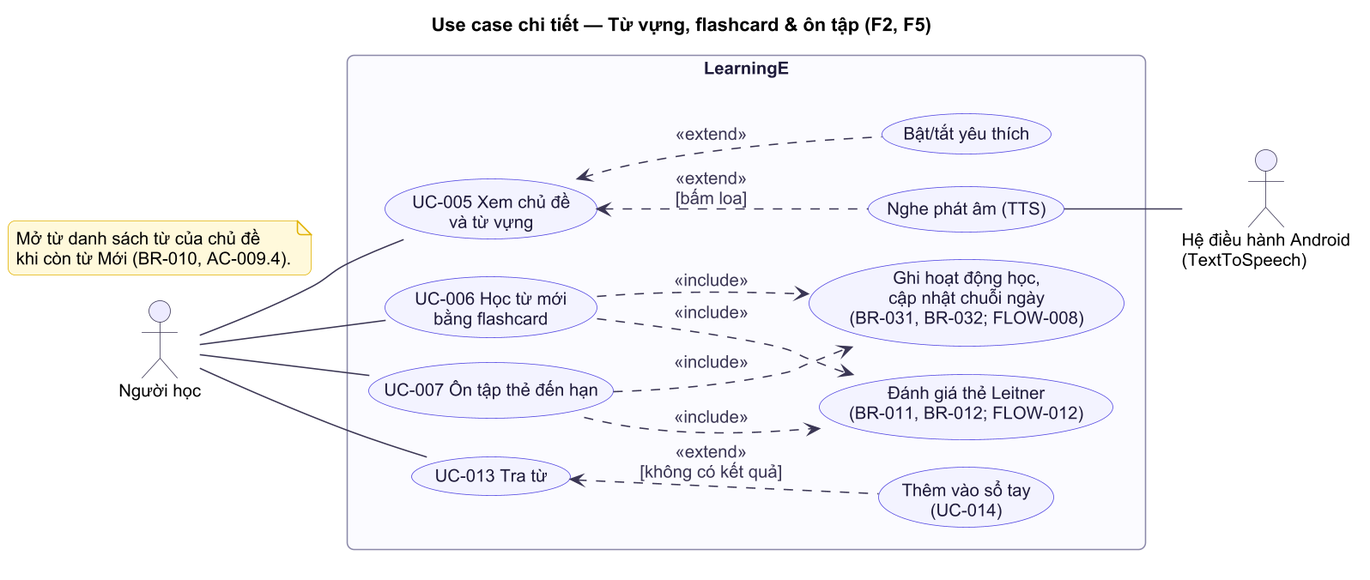
The PlantUML diagram docs/diagrams/usecase/uc-02-tu-vung-flashcard-on-tap.png in at1308033-sketch/LearningE_app, before a commit.
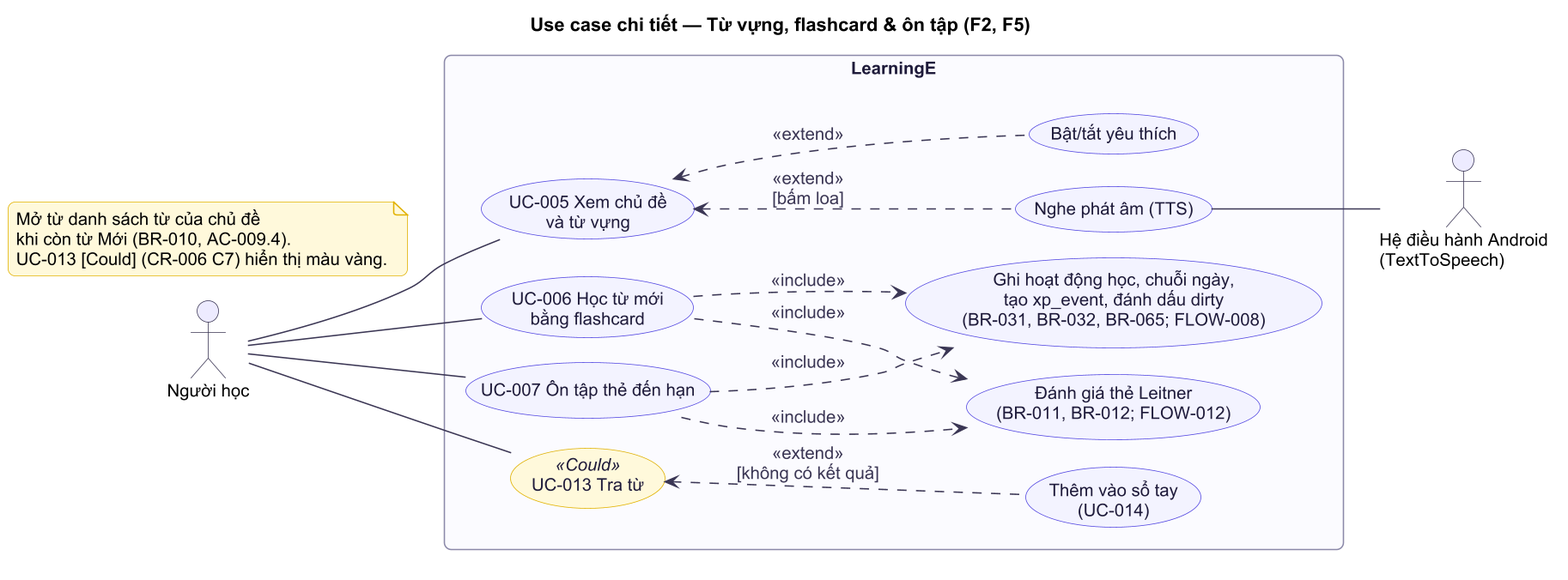
After the change.

What changed in the source:
```diff
@@ -2,6 +2,10 @@
 !include ../_style.puml
 title Use case chi tiết — Từ vựng, flashcard & ôn tập (F2, F5)
 left to right direction
+skinparam usecase<<Could>> {
+  BackgroundColor #FFF8DB
+  BorderColor #E0B100
+}
 
 actor "Người học" as N
 actor "Hệ điều hành Android\n(TextToSpeech)" as OS
@@ -13,8 +17,8 @@
   usecase "UC-006 Học từ mới\nbằng flashcard" as UC6
   usecase "UC-007 Ôn tập thẻ đến hạn" as UC7
   usecase "Đánh giá thẻ Leitner\n(BR-011, BR-012; FLOW-012)" as RATE
-  usecase "Ghi hoạt động học,\ncập nhật chuỗi ngày\n(BR-031, BR-032; FLOW-008)" as LOG
-  usecase "UC-013 Tra từ" as UC13
+  usecase "Ghi hoạt động học, chuỗi ngày,\ntạo xp_event, đánh dấu dirty\n(BR-031, BR-032, BR-065; FLOW-008)" as LOG
+  usecase "UC-013 Tra từ" as UC13 <<Could>>
   usecase "Thêm vào sổ tay\n(UC-014)" as ADD
 }
 
@@ -34,5 +38,6 @@
 note as NOTE1
   Mở từ danh sách từ của chủ đề
   khi còn từ Mới (BR-010, AC-009.4).
+  UC-013 [Could] (CR-006 C7) hiển thị màu vàng.
 end note
 @enduml
```
